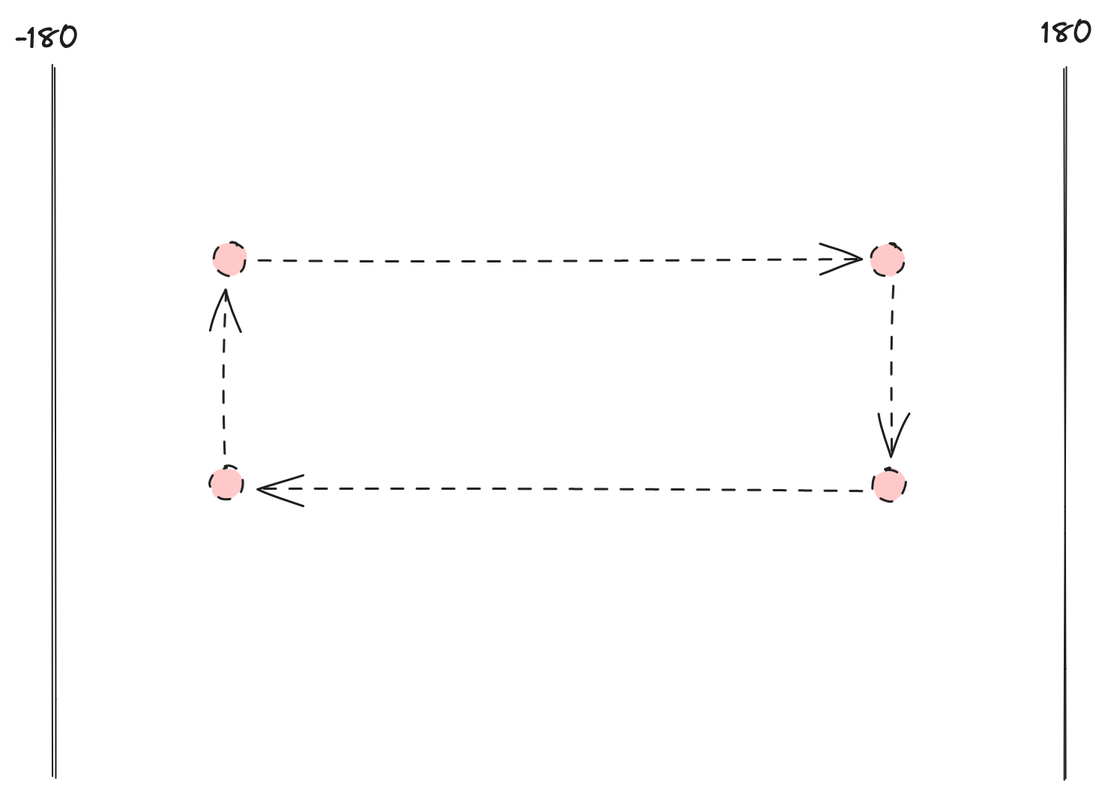
Earlier version of the Excalidraw export docs/img/winding.png (gadomski/antimeridian). Source tidied: one line per element, renumbered; positions are measured from the earlier drawing's top-left corner, leaving out a move shared by most shapes. The source it was exported from:
```json
{"id": 0, "type": "line", "strokeColor": "#1e1e1e", "strokeWidth": 1, "roughness": 1, "round": true, "x": 701, "y": 36, "width": 0, "height": 474, "points": [[0, 0], [0, 474]]}
{"id": 1, "type": "line", "strokeColor": "#1e1e1e", "strokeWidth": 1, "roughness": 1, "round": true, "x": 26, "y": 34, "width": 0, "height": 474, "points": [[0, 0], [0, 474]]}
{"id": 2, "type": "text", "text": "-180", "strokeColor": "#1e1e1e", "strokeWidth": 1, "roughness": 1, "fontSize": 20, "fontFamily": 1, "x": 0, "y": 4, "width": 43, "height": 25}
{"id": 3, "type": "text", "text": "180", "strokeColor": "#1e1e1e", "strokeWidth": 1, "roughness": 1, "fontSize": 20, "fontFamily": 1, "x": 685, "y": 0, "width": 34, "height": 25}
{"id": 4, "type": "ellipse", "strokeColor": "#1e1e1e", "backgroundColor": "#ffc9c9", "fillStyle": "solid", "strokeWidth": 1, "strokeStyle": "dashed", "roughness": 1, "x": 132, "y": 152, "width": 22, "height": 22}
{"id": 5, "type": "ellipse", "strokeColor": "#1e1e1e", "backgroundColor": "#ffc9c9", "fillStyle": "solid", "strokeWidth": 1, "strokeStyle": "dashed", "roughness": 1, "x": 130, "y": 302, "width": 22, "height": 22}
{"id": 6, "type": "ellipse", "strokeColor": "#1e1e1e", "backgroundColor": "#ffc9c9", "fillStyle": "solid", "strokeWidth": 1, "strokeStyle": "dashed", "roughness": 1, "x": 571, "y": 152, "width": 22, "height": 22}
{"id": 7, "type": "ellipse", "strokeColor": "#1e1e1e", "backgroundColor": "#ffc9c9", "fillStyle": "solid", "strokeWidth": 1, "strokeStyle": "dashed", "roughness": 1, "x": 572, "y": 302, "width": 22, "height": 22}
{"id": 8, "type": "arrow", "strokeColor": "#1e1e1e", "backgroundColor": "#ffc9c9", "fillStyle": "solid", "strokeWidth": 1, "strokeStyle": "dashed", "roughness": 1, "endArrowhead": "arrow", "from": 7, "to": 5, "x": 564, "y": 316, "width": 401, "height": 1, "points": [[0, 0], [-401, -1]]}
{"id": 9, "type": "arrow", "strokeColor": "#1e1e1e", "backgroundColor": "#ffc9c9", "fillStyle": "solid", "strokeWidth": 1, "strokeStyle": "dashed", "roughness": 1, "endArrowhead": "arrow", "from": 5, "to": 4, "x": 139, "y": 294, "width": 2, "height": 109, "points": [[0, 0], [2, -109]]}
{"id": 10, "type": "arrow", "strokeColor": "#1e1e1e", "backgroundColor": "#ffc9c9", "fillStyle": "solid", "strokeWidth": 1, "strokeStyle": "dashed", "roughness": 1, "endArrowhead": "arrow", "from": 4, "to": 6, "x": 163, "y": 164, "width": 404, "height": 1, "points": [[0, 0], [404, -1]]}
{"id": 11, "type": "arrow", "strokeColor": "#1e1e1e", "backgroundColor": "#ffc9c9", "fillStyle": "solid", "strokeWidth": 1, "strokeStyle": "dashed", "roughness": 1, "endArrowhead": "arrow", "from": 6, "to": 7, "x": 584, "y": 180, "width": 1, "height": 112, "points": [[0, 0], [1, 112]]}
```
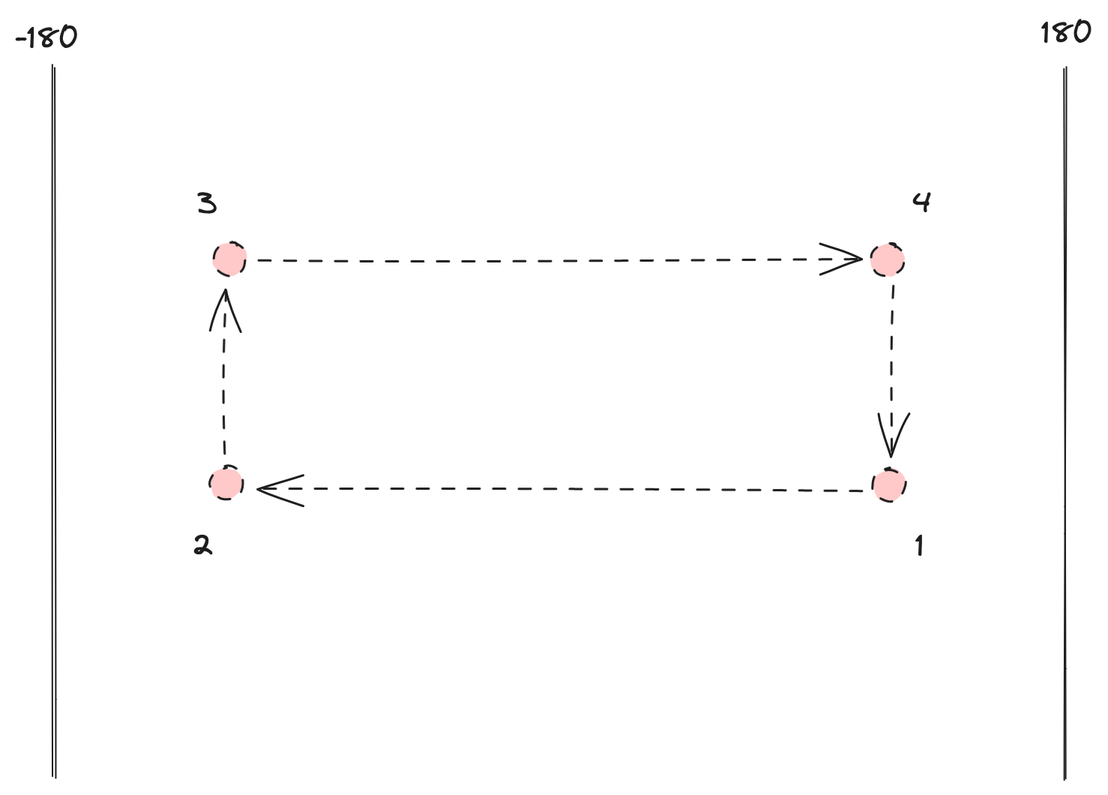
The same diagram one commit later.

The edit, as a diff of the source:
```diff
@@ -10,3 +10,7 @@
 {"id": 9, "type": "arrow", "strokeColor": "#1e1e1e", "backgroundColor": "#ffc9c9", "fillStyle": "solid", "strokeWidth": 1, "strokeStyle": "dashed", "roughness": 1, "endArrowhead": "arrow", "from": 5, "to": 4, "x": 139, "y": 294, "width": 2, "height": 109, "points": [[0, 0], [2, -109]]}
 {"id": 10, "type": "arrow", "strokeColor": "#1e1e1e", "backgroundColor": "#ffc9c9", "fillStyle": "solid", "strokeWidth": 1, "strokeStyle": "dashed", "roughness": 1, "endArrowhead": "arrow", "from": 4, "to": 6, "x": 163, "y": 164, "width": 404, "height": 1, "points": [[0, 0], [404, -1]]}
 {"id": 11, "type": "arrow", "strokeColor": "#1e1e1e", "backgroundColor": "#ffc9c9", "fillStyle": "solid", "strokeWidth": 1, "strokeStyle": "dashed", "roughness": 1, "endArrowhead": "arrow", "from": 6, "to": 7, "x": 584, "y": 180, "width": 1, "height": 112, "points": [[0, 0], [1, 112]]}
+{"id": 12, "type": "text", "text": "1", "strokeColor": "#1e1e1e", "strokeWidth": 1, "roughness": 1, "fontSize": 20, "fontFamily": 1, "x": 601, "y": 342, "width": 5, "height": 25}
+{"id": 13, "type": "text", "text": "2", "strokeColor": "#1e1e1e", "strokeWidth": 1, "roughness": 1, "fontSize": 20, "fontFamily": 1, "x": 118, "y": 342, "width": 14, "height": 25}
+{"id": 14, "type": "text", "text": "3", "strokeColor": "#1e1e1e", "strokeWidth": 1, "roughness": 1, "fontSize": 20, "fontFamily": 1, "x": 121, "y": 114, "width": 14, "height": 25}
+{"id": 15, "type": "text", "text": "4", "strokeColor": "#1e1e1e", "strokeWidth": 1, "roughness": 1, "fontSize": 20, "fontFamily": 1, "x": 599, "y": 114, "width": 13, "height": 25}
```
